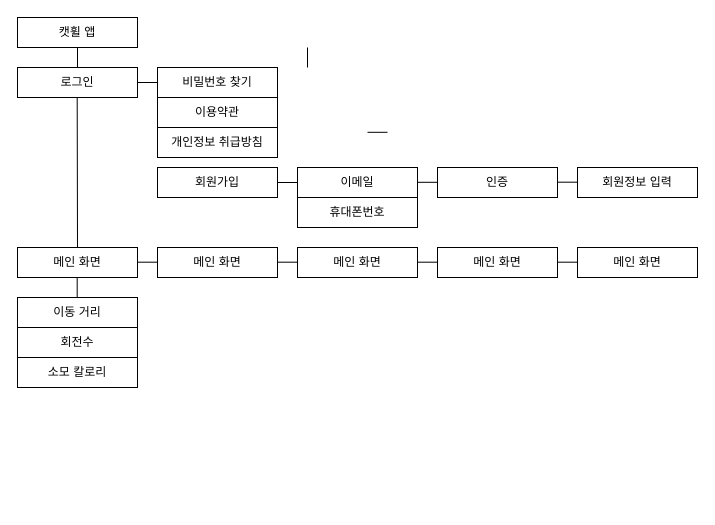
Above: yongseop/제목 없는 다이어그램.drawio in polygm/zwiftcat_2023 (draw.io), before the change. Source tidied: cells renumbered, new cells numbered last; positions are measured from the earlier drawing's top-left corner, leaving out a move shared by most shapes. Both pictures are drawn from the tidied source at 100%, with x=0, y=0 at pixel (17, 17).
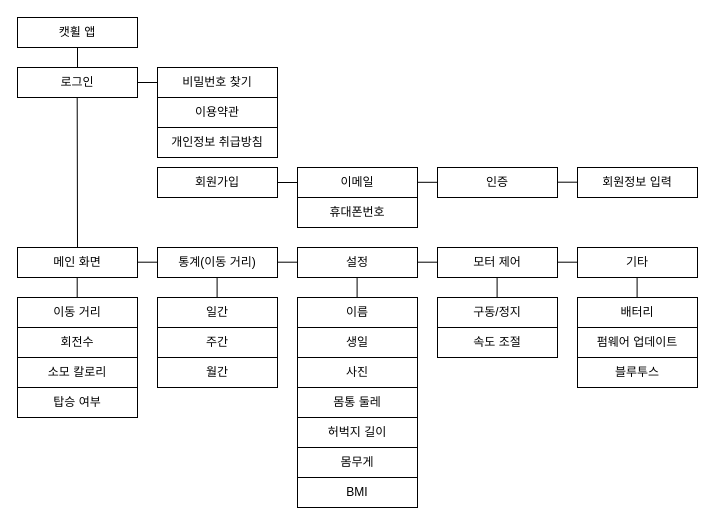
The same diagram, later.

Commit message:
제목 없는 다이어그램.drawio 업데이트

Diff of the diagram source:
```diff
@@
-    <mxCell id="15" style="endArrow=none;html=1;rounded=0;entryX=1;entryY=0.5;entryDx=0;entryDy=0;exitX=0;exitY=0.5;exitDx=0;exitDy=0;" parent="1" edge="1">
-      <mxGeometry relative="1" as="geometry">
-        <mxPoint x="370" y="114.8" as="sourcePoint" />
-        <mxPoint x="350" y="114.8" as="targetPoint" />
-      </mxGeometry>
-    </mxCell>
@@
-    <mxCell id="19" style="endArrow=none;html=1;rounded=0;entryX=0.5;entryY=1;entryDx=0;entryDy=0;exitX=0.5;exitY=0;exitDx=0;exitDy=0;" parent="1" edge="1">
-      <mxGeometry relative="1" as="geometry">
-        <mxPoint x="290" y="50" as="sourcePoint" />
-        <mxPoint x="290" y="30" as="targetPoint" />
-      </mxGeometry>
-    </mxCell>
@@
-    <mxCell id="25" value="메인 화면" style="rounded=0;whiteSpace=wrap;html=1;" parent="1" vertex="1">
+    <mxCell id="25" value="통계(이동 거리)" style="rounded=0;whiteSpace=wrap;html=1;" parent="1" vertex="1">
       <mxGeometry x="140" y="230" width="120" height="30" as="geometry" />
     </mxCell>
@@
-    <mxCell id="28" value="메인 화면" style="rounded=0;whiteSpace=wrap;html=1;" parent="1" vertex="1">
+    <mxCell id="28" value="설정" style="rounded=0;whiteSpace=wrap;html=1;" parent="1" vertex="1">
       <mxGeometry x="280" y="230" width="120" height="30" as="geometry" />
     </mxCell>
@@
-    <mxCell id="30" value="메인 화면" style="rounded=0;whiteSpace=wrap;html=1;" parent="1" vertex="1">
+    <mxCell id="30" value="모터 제어" style="rounded=0;whiteSpace=wrap;html=1;" parent="1" vertex="1">
       <mxGeometry x="420" y="230" width="120" height="30" as="geometry" />
     </mxCell>
@@
-    <mxCell id="32" value="메인 화면" style="rounded=0;whiteSpace=wrap;html=1;" parent="1" vertex="1">
+    <mxCell id="32" value="기타" style="rounded=0;whiteSpace=wrap;html=1;" parent="1" vertex="1">
       <mxGeometry x="560" y="230" width="120" height="30" as="geometry" />
     </mxCell>
+    <mxCell id="33" value="탑승 여부" style="rounded=0;whiteSpace=wrap;html=1;" parent="1" vertex="1">
+      <mxGeometry y="370" width="120" height="30" as="geometry" />
+    </mxCell>
+    <mxCell id="34" value="일간" style="rounded=0;whiteSpace=wrap;html=1;" parent="1" vertex="1">
+      <mxGeometry x="140" y="280" width="120" height="30" as="geometry" />
+    </mxCell>
+    <mxCell id="35" value="주간" style="rounded=0;whiteSpace=wrap;html=1;" parent="1" vertex="1">
+      <mxGeometry x="140" y="310" width="120" height="30" as="geometry" />
+    </mxCell>
+    <mxCell id="36" value="월간" style="rounded=0;whiteSpace=wrap;html=1;" parent="1" vertex="1">
+      <mxGeometry x="140" y="340" width="120" height="30" as="geometry" />
+    </mxCell>
+    <mxCell id="37" style="endArrow=none;html=1;rounded=0;entryX=0.5;entryY=1;entryDx=0;entryDy=0;exitX=0.5;exitY=0;exitDx=0;exitDy=0;" parent="1" edge="1">
+      <mxGeometry relative="1" as="geometry">
+        <mxPoint x="199.6" y="280" as="sourcePoint" />
+        <mxPoint x="199.6" y="260" as="targetPoint" />
+      </mxGeometry>
+    </mxCell>
+    <mxCell id="38" value="이름" style="rounded=0;whiteSpace=wrap;html=1;" parent="1" vertex="1">
+      <mxGeometry x="280" y="280" width="120" height="30" as="geometry" />
+    </mxCell>
+    <mxCell id="39" value="생일" style="rounded=0;whiteSpace=wrap;html=1;" parent="1" vertex="1">
+      <mxGeometry x="280" y="310" width="120" height="30" as="geometry" />
+    </mxCell>
+    <mxCell id="40" value="사진" style="rounded=0;whiteSpace=wrap;html=1;" parent="1" vertex="1">
+      <mxGeometry x="280" y="340" width="120" height="30" as="geometry" />
+    </mxCell>
+    <mxCell id="41" value="몸무게" style="rounded=0;whiteSpace=wrap;html=1;" parent="1" vertex="1">
+      <mxGeometry x="280" y="430" width="120" height="30" as="geometry" />
+    </mxCell>
+    <mxCell id="42" value="허벅지 길이" style="rounded=0;whiteSpace=wrap;html=1;" parent="1" vertex="1">
+      <mxGeometry x="280" y="400" width="120" height="30" as="geometry" />
+    </mxCell>
+    <mxCell id="43" value="몸통 둘레" style="rounded=0;whiteSpace=wrap;html=1;" parent="1" vertex="1">
+      <mxGeometry x="280" y="370" width="120" height="30" as="geometry" />
+    </mxCell>
+    <mxCell id="44" value="BMI" style="rounded=0;whiteSpace=wrap;html=1;" parent="1" vertex="1">
+      <mxGeometry x="280" y="460" width="120" height="30" as="geometry" />
+    </mxCell>
+    <mxCell id="45" value="구동/정지" style="rounded=0;whiteSpace=wrap;html=1;" parent="1" vertex="1">
+      <mxGeometry x="420" y="280" width="120" height="30" as="geometry" />
+    </mxCell>
+    <mxCell id="46" value="속도 조절" style="rounded=0;whiteSpace=wrap;html=1;" parent="1" vertex="1">
+      <mxGeometry x="420" y="310" width="120" height="30" as="geometry" />
+    </mxCell>
+    <mxCell id="47" value="블루투스" style="rounded=0;whiteSpace=wrap;html=1;" parent="1" vertex="1">
+      <mxGeometry x="560" y="340" width="120" height="30" as="geometry" />
+    </mxCell>
+    <mxCell id="48" value="배터리" style="rounded=0;whiteSpace=wrap;html=1;" parent="1" vertex="1">
+      <mxGeometry x="560" y="280" width="120" height="30" as="geometry" />
+    </mxCell>
+    <mxCell id="49" value="펌웨어 업데이트" style="rounded=0;whiteSpace=wrap;html=1;" parent="1" vertex="1">
+      <mxGeometry x="560" y="310" width="120" height="30" as="geometry" />
+    </mxCell>
+    <mxCell id="50" style="endArrow=none;html=1;rounded=0;entryX=0.5;entryY=1;entryDx=0;entryDy=0;exitX=0.5;exitY=0;exitDx=0;exitDy=0;" parent="1" edge="1">
+      <mxGeometry relative="1" as="geometry">
+        <mxPoint x="339.6" y="280" as="sourcePoint" />
+        <mxPoint x="339.6" y="260" as="targetPoint" />
+      </mxGeometry>
+    </mxCell>
+    <mxCell id="51" style="endArrow=none;html=1;rounded=0;entryX=0.5;entryY=1;entryDx=0;entryDy=0;exitX=0.5;exitY=0;exitDx=0;exitDy=0;" parent="1" edge="1">
+      <mxGeometry relative="1" as="geometry">
+        <mxPoint x="479.6" y="280" as="sourcePoint" />
+        <mxPoint x="479.6" y="260" as="targetPoint" />
+      </mxGeometry>
+    </mxCell>
+    <mxCell id="52" style="endArrow=none;html=1;rounded=0;entryX=0.5;entryY=1;entryDx=0;entryDy=0;exitX=0.5;exitY=0;exitDx=0;exitDy=0;" parent="1" edge="1">
+      <mxGeometry relative="1" as="geometry">
+        <mxPoint x="619.6" y="280" as="sourcePoint" />
+        <mxPoint x="619.6" y="260" as="targetPoint" />
+      </mxGeometry>
+    </mxCell>
```
